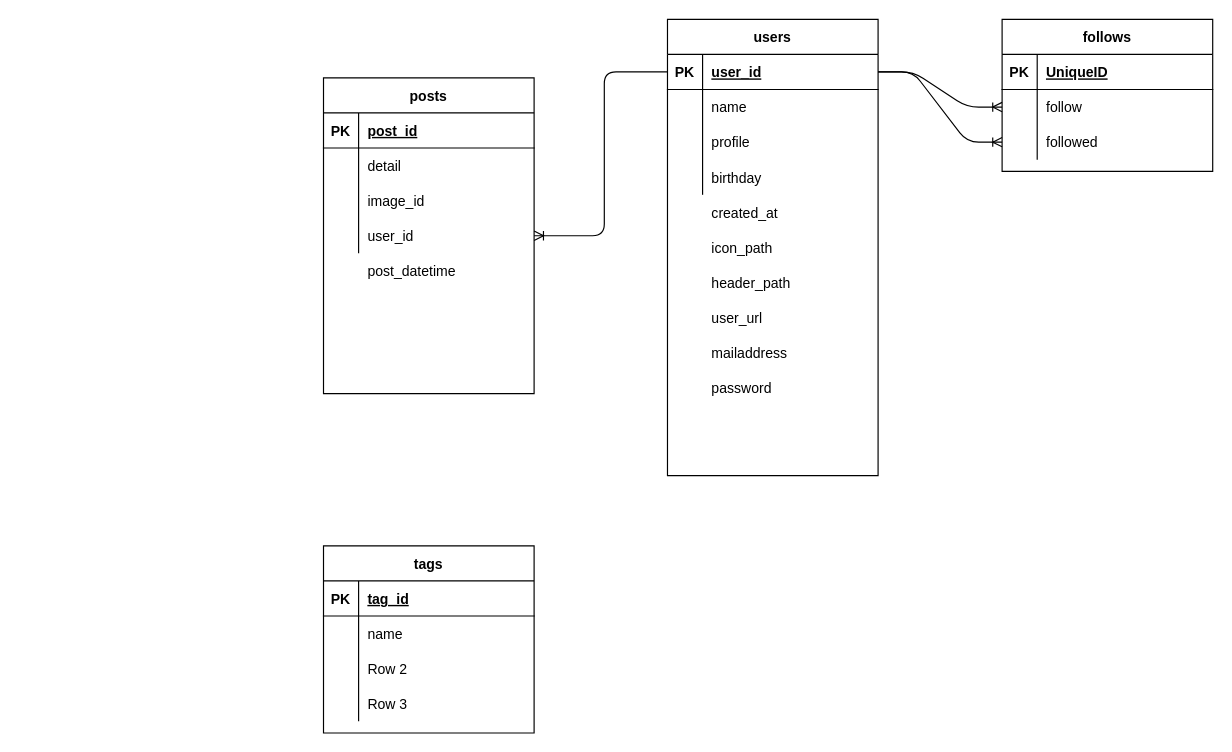
Before: doc/database/ER.drawio in Azu0925/syusyokusakuhin, a draw.io diagram. Source tidied: cells renumbered, new cells numbered last; positions are measured from the earlier drawing's top-left corner, leaving out a move shared by most shapes. Both pictures are drawn from the tidied source at 117%, with x=0, y=0 at pixel (323, 19).
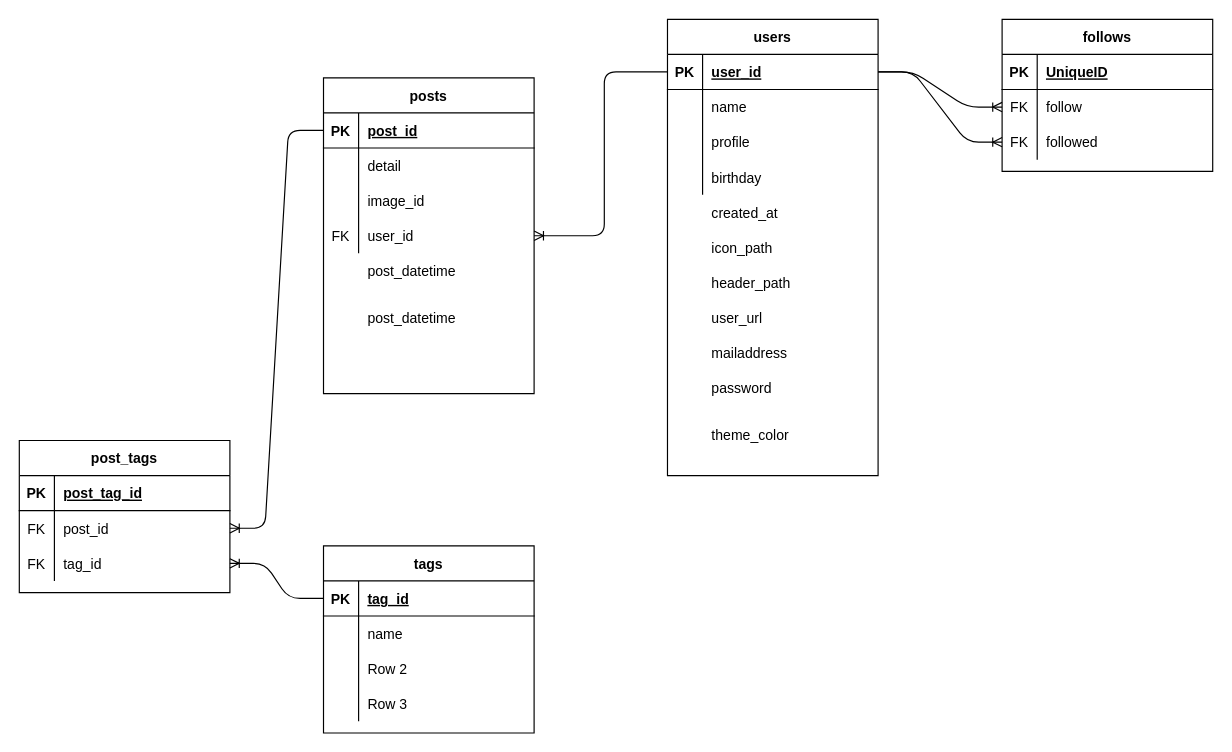
The same page after the edit.

The change refers to these unchanged cells:
```xml
<mxCell id="19" style="shape=partialRectangle;fillColor=none;top=0;left=0;bottom=0;right=0;points=[[0,0.5],[1,0.5]];portConstraint=eastwest;" parent="15" vertex="1">
  <mxGeometry y="60" width="180" height="30" as="geometry" />
</mxCell>
<mxCell id="22" style="shape=partialRectangle;fillColor=none;top=0;left=0;bottom=0;right=0;points=[[0,0.5],[1,0.5]];portConstraint=eastwest;" parent="15" vertex="1">
  <mxGeometry y="90" width="180" height="30" as="geometry" />
</mxCell>
<mxCell id="26" style="shape=partialRectangle;fillColor=none;top=0;left=0;bottom=1;right=0;points=[[0,0.5],[1,0.5]];portConstraint=eastwest;" parent="25" vertex="1">
  <mxGeometry y="30" width="180" height="30" as="geometry" />
</mxCell>
<mxCell id="35" style="shape=partialRectangle;fillColor=none;top=0;left=0;bottom=0;right=0;points=[[0,0.5],[1,0.5]];portConstraint=eastwest;" parent="25" vertex="1">
  <mxGeometry y="120" width="180" height="30" as="geometry" />
</mxCell>
<mxCell id="63" style="shape=partialRectangle;fillColor=none;top=0;left=0;bottom=1;right=0;points=[[0,0.5],[1,0.5]];portConstraint=eastwest;" parent="62" vertex="1">
  <mxGeometry y="30" width="180" height="30" as="geometry" />
</mxCell>
```

Change to the diagram source:
```diff
@@
-    <mxCell id="20" style="shape=partialRectangle;fillColor=none;top=0;left=0;bottom=0;right=0;overflow=hidden;" parent="19" vertex="1">
+    <mxCell id="20" value="FK" style="shape=partialRectangle;fillColor=none;top=0;left=0;bottom=0;right=0;overflow=hidden;" parent="19" vertex="1">
       <mxGeometry width="30" height="30" as="geometry" />
     </mxCell>
@@
-    <mxCell id="23" style="shape=partialRectangle;fillColor=none;top=0;left=0;bottom=0;right=0;overflow=hidden;" parent="22" vertex="1">
+    <mxCell id="23" value="FK" style="shape=partialRectangle;fillColor=none;top=0;left=0;bottom=0;right=0;overflow=hidden;" parent="22" vertex="1">
       <mxGeometry width="30" height="30" as="geometry" />
     </mxCell>
@@
-    <mxCell id="36" style="shape=partialRectangle;fillColor=none;top=0;left=0;bottom=0;right=0;overflow=hidden;" parent="35" vertex="1">
+    <mxCell id="36" value="FK" style="shape=partialRectangle;fillColor=none;top=0;left=0;bottom=0;right=0;overflow=hidden;" parent="35" vertex="1">
       <mxGeometry width="30" height="30" as="geometry" />
     </mxCell>
@@
+    <mxCell id="75" style="shape=partialRectangle;fillColor=none;top=0;left=0;bottom=0;right=0;" parent="1" vertex="1">
+      <mxGeometry y="240" width="180" height="30" as="geometry" />
+    </mxCell>
+    <mxCell id="76" style="shape=partialRectangle;fillColor=none;top=0;left=0;bottom=0;right=0;overflow=hidden;" parent="75" vertex="1">
+      <mxGeometry width="30" height="30" as="geometry" />
+    </mxCell>
+    <mxCell id="77" value="post_datetime" style="shape=partialRectangle;fillColor=none;top=0;left=0;bottom=0;right=0;align=left;spacingLeft=6;overflow=hidden;" parent="75" vertex="1">
+      <mxGeometry x="30" width="150" height="30" as="geometry" />
+    </mxCell>
+    <mxCell id="78" value="post_tags" style="shape=table;startSize=30;childLayout=tableLayout;rowLines=0;fontStyle=1;align=center;" parent="1" vertex="1">
+      <mxGeometry x="-260" y="360" width="180" height="130" as="geometry" />
+    </mxCell>
+    <mxCell id="79" style="shape=partialRectangle;fillColor=none;top=0;left=0;bottom=1;right=0;" parent="78" vertex="1">
+      <mxGeometry y="30" width="180" height="30" as="geometry" />
+    </mxCell>
+    <mxCell id="80" value="PK" style="shape=partialRectangle;fillColor=none;top=0;left=0;bottom=0;right=0;fontStyle=1;overflow=hidden;" parent="79" vertex="1">
+      <mxGeometry width="30" height="30" as="geometry" />
+    </mxCell>
+    <mxCell id="81" value="post_tag_id" style="shape=partialRectangle;fillColor=none;top=0;left=0;bottom=0;right=0;align=left;spacingLeft=6;fontStyle=5;overflow=hidden;" parent="79" vertex="1">
+      <mxGeometry x="30" width="150" height="30" as="geometry" />
+    </mxCell>
+    <mxCell id="82" style="shape=partialRectangle;fillColor=none;top=0;left=0;bottom=0;right=0;points=[[0,0.5],[1,0.5]];portConstraint=eastwest;" parent="78" vertex="1">
+      <mxGeometry y="60" width="180" height="30" as="geometry" />
+    </mxCell>
+    <mxCell id="83" value="FK" style="shape=partialRectangle;fillColor=none;top=0;left=0;bottom=0;right=0;overflow=hidden;" parent="82" vertex="1">
+      <mxGeometry width="30" height="30" as="geometry" />
+    </mxCell>
+    <mxCell id="84" value="post_id" style="shape=partialRectangle;fillColor=none;top=0;left=0;bottom=0;right=0;align=left;spacingLeft=6;overflow=hidden;" parent="82" vertex="1">
+      <mxGeometry x="30" width="150" height="30" as="geometry" />
+    </mxCell>
+    <mxCell id="85" style="shape=partialRectangle;fillColor=none;top=0;left=0;bottom=0;right=0;points=[[0,0.5],[1,0.5]];portConstraint=eastwest;" parent="78" vertex="1">
+      <mxGeometry y="90" width="180" height="30" as="geometry" />
+    </mxCell>
+    <mxCell id="86" value="FK" style="shape=partialRectangle;fillColor=none;top=0;left=0;bottom=0;right=0;overflow=hidden;" parent="85" vertex="1">
+      <mxGeometry width="30" height="30" as="geometry" />
+    </mxCell>
+    <mxCell id="87" value="tag_id" style="shape=partialRectangle;fillColor=none;top=0;left=0;bottom=0;right=0;align=left;spacingLeft=6;overflow=hidden;" parent="85" vertex="1">
+      <mxGeometry x="30" width="150" height="30" as="geometry" />
+    </mxCell>
+    <mxCell id="88" style="edgeStyle=entityRelationEdgeStyle;fontSize=12;html=1;endArrow=ERoneToMany;exitX=0;exitY=0.5;exitDx=0;exitDy=0;entryX=1;entryY=0.5;entryDx=0;entryDy=0;" parent="1" edge="1" source="63" target="85">
+      <mxGeometry relative="1" as="geometry" />
+    </mxCell>
+    <mxCell id="89" style="edgeStyle=entityRelationEdgeStyle;fontSize=12;html=1;endArrow=ERoneToMany;exitX=0;exitY=0.5;exitDx=0;exitDy=0;entryX=1;entryY=0.5;entryDx=0;entryDy=0;" parent="1" edge="1" source="26" target="82">
+      <mxGeometry relative="1" as="geometry" />
+    </mxCell>
+    <mxCell id="90" style="shape=partialRectangle;fillColor=none;top=0;left=0;bottom=0;right=0;" parent="1" vertex="1">
+      <mxGeometry x="294" y="340" width="180" height="30" as="geometry" />
+    </mxCell>
+    <mxCell id="91" style="shape=partialRectangle;fillColor=none;top=0;left=0;bottom=0;right=0;overflow=hidden;" parent="90" vertex="1">
+      <mxGeometry width="30" height="30" as="geometry" />
+    </mxCell>
+    <mxCell id="92" value="theme_color" style="shape=partialRectangle;fillColor=none;top=0;left=0;bottom=0;right=0;align=left;spacingLeft=6;overflow=hidden;" parent="90" vertex="1">
+      <mxGeometry x="30" width="150" height="30" as="geometry" />
+    </mxCell>
```
